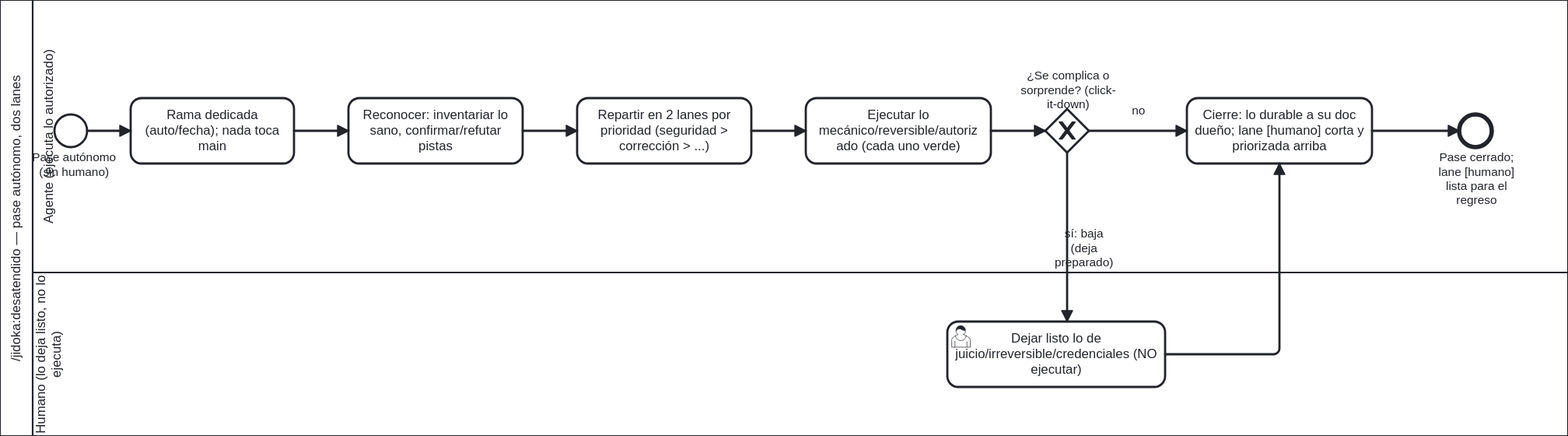
This is docs/atlas/render/18-desatendido-as-is.svg from ArmandoMedina/jidoka, a BPMN export, as it was before one commit. Its source is kept beside it as docs/atlas/10-ritual/18-desatendido-as-is.bpmn. Ids are renumbered.
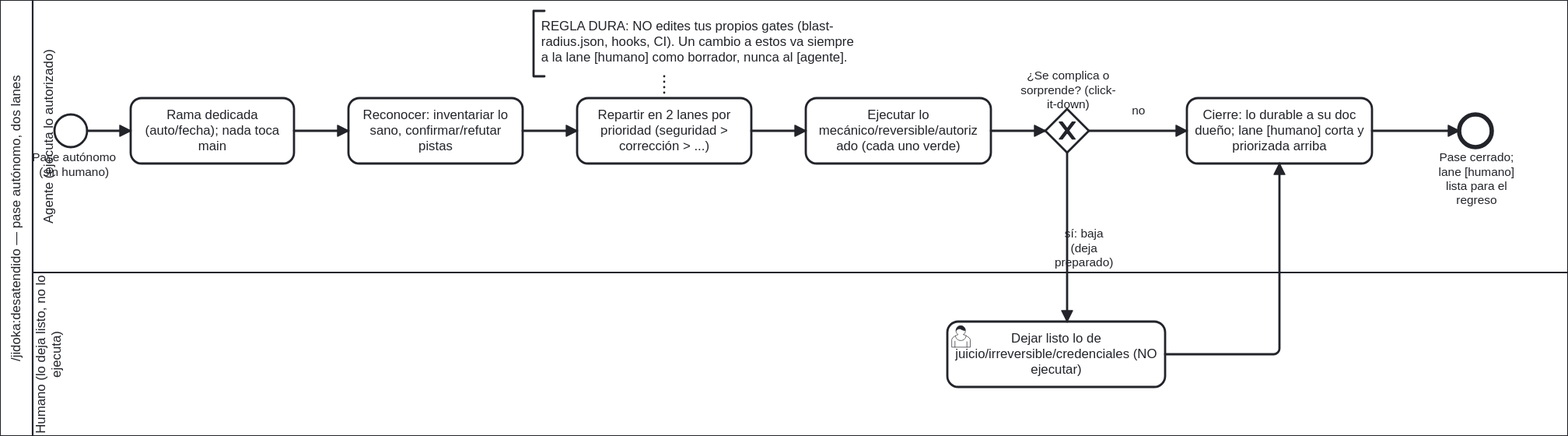
Above is the later version.

The edit, as a diff of the source:
```diff
@@ -34,6 +34,10 @@
       <bpmn:incoming>f3</bpmn:incoming>
       <bpmn:outgoing>f4</bpmn:outgoing>
     </bpmn:task>
+    <bpmn:textAnnotation id="Ann_NoGates">
+      <bpmn:text>REGLA DURA: NO edites tus propios gates (blast-radius.json, hooks, CI). Un cambio a estos va siempre a la lane [humano] como borrador, nunca al [agente].</bpmn:text>
+    </bpmn:textAnnotation>
+    <bpmn:association id="Assoc_NoGates" sourceRef="Ann_NoGates" targetRef="T_Repartir"/>
     <bpmn:task id="T_Ejecutar" name="Ejecutar lo mecánico/reversible/autorizado (cada uno verde)">
       <bpmn:incoming>f4</bpmn:incoming>
       <bpmn:outgoing>f5</bpmn:outgoing>
@@ -143,6 +147,13 @@
         <di:waypoint x="1420" y="200"/>
         <di:waypoint x="1500" y="200"/>
       </bpmndi:BPMNEdge>
+      <bpmndi:BPMNShape id="S_AnnNoGates" bpmnElement="Ann_NoGates">
+        <dc:Bounds x="650" y="90" width="310" height="60"/>
+      </bpmndi:BPMNShape>
+      <bpmndi:BPMNEdge id="E_Assoc_NoGates" bpmnElement="Assoc_NoGates">
+        <di:waypoint x="770" y="150"/>
+        <di:waypoint x="770" y="170"/>
+      </bpmndi:BPMNEdge>
     </bpmndi:BPMNPlane>
   </bpmndi:BPMNDiagram>
 </bpmn:definitions>
```
